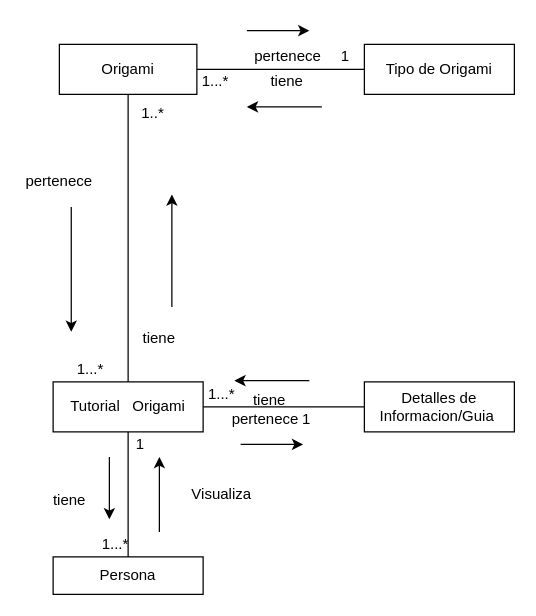
Above: ModeloDeDominio3D.drawio in andrescastillo1996/documentacionMundoOrigami (draw.io), before the change. Source tidied: cells renumbered, new cells numbered last; positions are measured from the earlier drawing's top-left corner, leaving out a move shared by most shapes. Both pictures are drawn from the tidied source at 125%, with x=0, y=0 at pixel (21, 30).
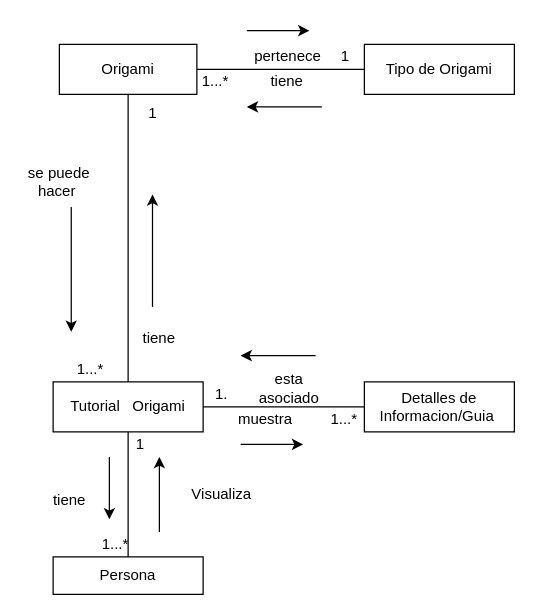
The same diagram, later.

What changed in the source:
```diff
@@
     <mxCell id="13" style="endArrow=classic;html=1;rounded=0;" parent="1" edge="1">
       <mxGeometry relative="1" as="geometry">
-        <mxPoint x="120" y="221" as="sourcePoint" />
-        <mxPoint x="120" y="131" as="targetPoint" />
+        <mxPoint x="104.5" y="221" as="sourcePoint" />
+        <mxPoint x="104.5" y="131" as="targetPoint" />
       </mxGeometry>
     </mxCell>
@@
-    <mxCell id="23" value="pertenece" style="text;html=1;strokeColor=none;fillColor=none;align=center;verticalAlign=middle;whiteSpace=wrap;rounded=0;" parent="1" vertex="1">
+    <mxCell id="23" value="se puede hacer&amp;nbsp;" style="text;html=1;strokeColor=none;fillColor=none;align=center;verticalAlign=middle;whiteSpace=wrap;rounded=0;" parent="1" vertex="1">
       <mxGeometry y="111" width="60" height="20" as="geometry" />
     </mxCell>
-    <mxCell id="24" value="1..*" style="text;html=1;strokeColor=none;fillColor=none;align=center;verticalAlign=middle;whiteSpace=wrap;rounded=0;" parent="1" vertex="1">
+    <mxCell id="24" value="1" style="text;html=1;strokeColor=none;fillColor=none;align=center;verticalAlign=middle;whiteSpace=wrap;rounded=0;" parent="1" vertex="1">
       <mxGeometry x="90" y="56" width="30" height="20" as="geometry" />
     </mxCell>
     <mxCell id="25" style="endArrow=classic;html=1;rounded=0;" parent="1" edge="1">
       <mxGeometry relative="1" as="geometry">
-        <mxPoint x="230" y="280" as="sourcePoint" />
-        <mxPoint x="170" y="280" as="targetPoint" />
+        <mxPoint x="235" y="260" as="sourcePoint" />
+        <mxPoint x="175" y="260" as="targetPoint" />
       </mxGeometry>
     </mxCell>
-    <mxCell id="26" value="tiene&amp;nbsp;" style="text;html=1;strokeColor=none;fillColor=none;align=center;verticalAlign=middle;whiteSpace=wrap;rounded=0;" parent="1" vertex="1">
-      <mxGeometry x="170" y="281" width="60" height="30" as="geometry" />
+    <mxCell id="26" value="esta asociado" style="text;html=1;strokeColor=none;fillColor=none;align=center;verticalAlign=middle;whiteSpace=wrap;rounded=0;" parent="1" vertex="1">
+      <mxGeometry x="184" y="271" width="60" height="30" as="geometry" />
     </mxCell>
-    <mxCell id="27" value="1...*" style="text;html=1;strokeColor=none;fillColor=none;align=center;verticalAlign=middle;whiteSpace=wrap;rounded=0;" parent="1" vertex="1">
+    <mxCell id="27" value="1." style="text;html=1;strokeColor=none;fillColor=none;align=center;verticalAlign=middle;whiteSpace=wrap;rounded=0;" parent="1" vertex="1">
       <mxGeometry x="145" y="281" width="30" height="20" as="geometry" />
     </mxCell>
-    <mxCell id="28" value="1" style="text;html=1;strokeColor=none;fillColor=none;align=center;verticalAlign=middle;whiteSpace=wrap;rounded=0;" parent="1" vertex="1">
-      <mxGeometry x="213" y="301" width="30" height="20" as="geometry" />
+    <mxCell id="28" value="1...*" style="text;html=1;strokeColor=none;fillColor=none;align=center;verticalAlign=middle;whiteSpace=wrap;rounded=0;" parent="1" vertex="1">
+      <mxGeometry x="243" y="301" width="30" height="20" as="geometry" />
     </mxCell>
-    <mxCell id="29" value="pertenece" style="text;html=1;strokeColor=none;fillColor=none;align=center;verticalAlign=middle;whiteSpace=wrap;rounded=0;" parent="1" vertex="1">
+    <mxCell id="29" value="muestra" style="text;html=1;strokeColor=none;fillColor=none;align=center;verticalAlign=middle;whiteSpace=wrap;rounded=0;" parent="1" vertex="1">
       <mxGeometry x="165" y="301" width="60" height="20" as="geometry" />
     </mxCell>
```
